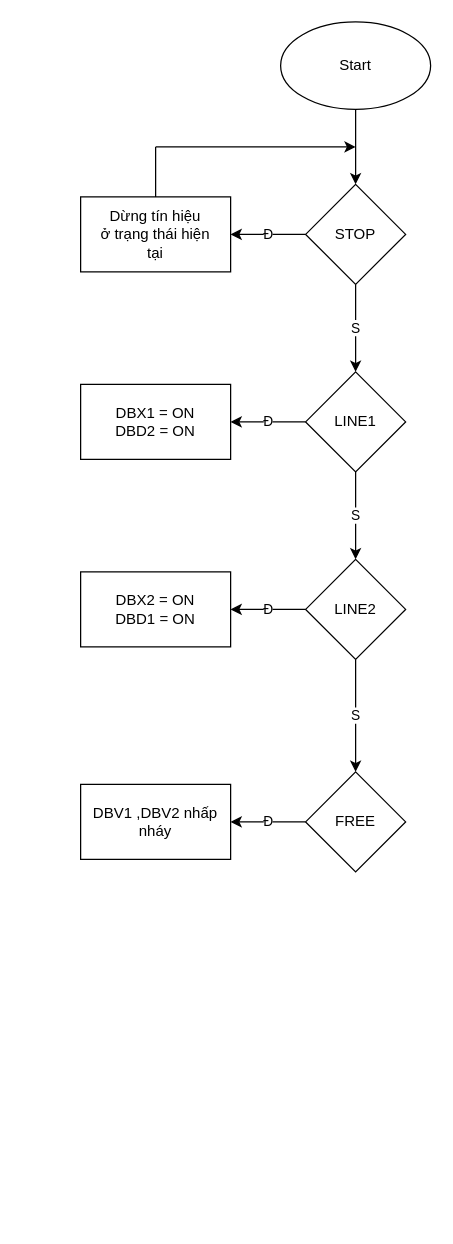
Before: page "Page-4" (4 of 4) of Untitled Diagram.drawio in thiendevweb/C-code, a draw.io diagram. Source tidied: cells renumbered, new cells numbered last; positions are measured from the earlier drawing's top-left corner, leaving out a move shared by most shapes. Both pictures are drawn from the tidied source at 125%, with x=0, y=0 at pixel (80, 21).
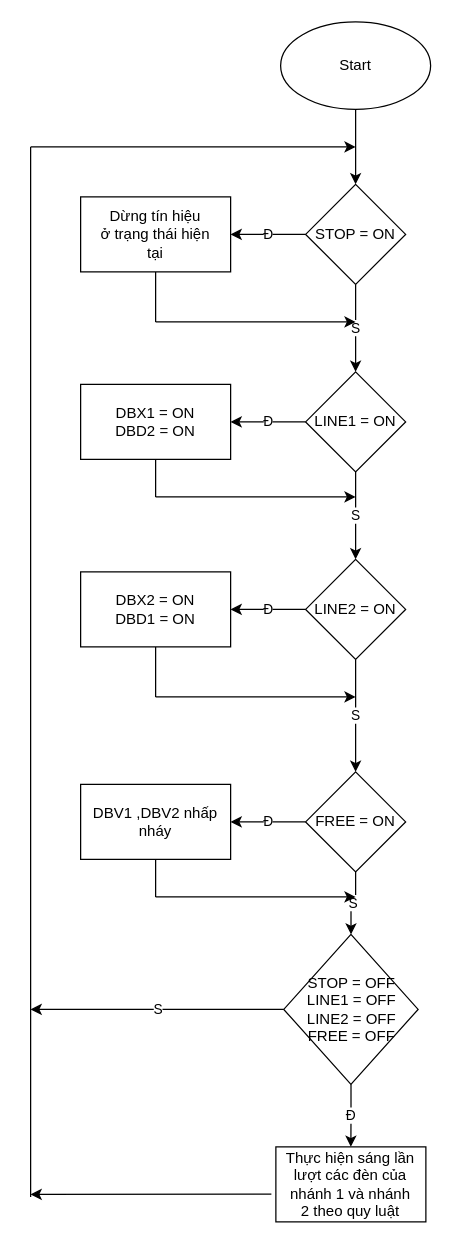
The same diagram, later.

The change refers to these unchanged cells:
```xml
<mxCell id="7" value="Dừng tín hiệu&lt;br&gt;ở trạng thái hiện&lt;br&gt;tại" style="whiteSpace=wrap;html=1;" parent="1" vertex="1">
  <mxGeometry y="140" width="120" height="60" as="geometry" />
</mxCell>
<mxCell id="13" value="DBX1 = ON&lt;br&gt;DBD2 = ON" style="whiteSpace=wrap;html=1;" parent="1" vertex="1">
  <mxGeometry y="290" width="120" height="60" as="geometry" />
</mxCell>
<mxCell id="17" value="DBX2 = ON&lt;br&gt;DBD1 = ON" style="whiteSpace=wrap;html=1;" parent="1" vertex="1">
  <mxGeometry y="440" width="120" height="60" as="geometry" />
</mxCell>
<mxCell id="20" value="DBV1 ,DBV2 nhấp&lt;br&gt;nháy" style="whiteSpace=wrap;html=1;" parent="1" vertex="1">
  <mxGeometry y="610" width="120" height="60" as="geometry" />
</mxCell>
```

What changed in the source:
```diff
@@
-    <mxCell id="6" value="STOP" style="rhombus;whiteSpace=wrap;html=1;" parent="1" vertex="1">
+    <mxCell id="6" value="STOP = ON" style="rhombus;whiteSpace=wrap;html=1;" parent="1" vertex="1">
       <mxGeometry x="180" y="130" width="80" height="80" as="geometry" />
     </mxCell>
@@
-    <mxCell id="8" style="endArrow=none;html=1;rounded=0;exitX=0.5;exitY=0;exitDx=0;exitDy=0;" parent="1" edge="1" source="7">
-      <mxGeometry relative="1" as="geometry">
-        <mxPoint x="60" y="100" as="targetPoint" />
-      </mxGeometry>
-    </mxCell>
-    <mxCell id="9" style="endArrow=classic;html=1;rounded=0;" parent="1" edge="1">
-      <mxGeometry relative="1" as="geometry">
-        <mxPoint x="60" y="100" as="sourcePoint" />
-        <mxPoint x="220" y="100" as="targetPoint" />
-      </mxGeometry>
-    </mxCell>
@@
-    <mxCell id="12" value="LINE1" style="rhombus;whiteSpace=wrap;html=1;" parent="1" vertex="1">
+    <mxCell id="12" value="LINE1 = ON" style="rhombus;whiteSpace=wrap;html=1;" parent="1" vertex="1">
       <mxGeometry x="180" y="280" width="80" height="80" as="geometry" />
     </mxCell>
@@
-    <mxCell id="16" value="LINE2" style="rhombus;whiteSpace=wrap;html=1;" parent="1" vertex="1">
+    <mxCell id="16" value="LINE2 = ON" style="rhombus;whiteSpace=wrap;html=1;" parent="1" vertex="1">
       <mxGeometry x="180" y="430" width="80" height="80" as="geometry" />
     </mxCell>
@@
+    <mxCell id="21" value="S" style="edgeStyle=orthogonalEdgeStyle;rounded=0;jettySize=auto;html=1;" parent="1" edge="1" source="19" target="31">
+      <mxGeometry relative="1" as="geometry" />
+    </mxCell>
-    <mxCell id="19" value="FREE" style="rhombus;whiteSpace=wrap;html=1;" parent="1" vertex="1">
+    <mxCell id="19" value="FREE = ON" style="rhombus;whiteSpace=wrap;html=1;" parent="1" vertex="1">
       <mxGeometry x="180" y="600" width="80" height="80" as="geometry" />
     </mxCell>
@@
+    <mxCell id="22" style="endArrow=none;html=1;rounded=0;entryX=0.5;entryY=1;entryDx=0;entryDy=0;" parent="1" edge="1" target="7">
+      <mxGeometry relative="1" as="geometry">
+        <mxPoint x="60" y="240" as="sourcePoint" />
+      </mxGeometry>
+    </mxCell>
+    <mxCell id="23" style="endArrow=classic;html=1;rounded=0;" parent="1" edge="1">
+      <mxGeometry relative="1" as="geometry">
+        <mxPoint x="60" y="240" as="sourcePoint" />
+        <mxPoint x="220" y="240" as="targetPoint" />
+      </mxGeometry>
+    </mxCell>
+    <mxCell id="24" style="endArrow=none;html=1;rounded=0;entryX=0.5;entryY=1;entryDx=0;entryDy=0;" parent="1" edge="1" target="13">
+      <mxGeometry relative="1" as="geometry">
+        <mxPoint x="60" y="380" as="sourcePoint" />
+      </mxGeometry>
+    </mxCell>
+    <mxCell id="25" style="endArrow=classic;html=1;rounded=0;" parent="1" edge="1">
+      <mxGeometry relative="1" as="geometry">
+        <mxPoint x="60" y="380" as="sourcePoint" />
+        <mxPoint x="220" y="380" as="targetPoint" />
+      </mxGeometry>
+    </mxCell>
+    <mxCell id="26" style="endArrow=none;html=1;rounded=0;entryX=0.5;entryY=1;entryDx=0;entryDy=0;" parent="1" edge="1" target="17">
+      <mxGeometry relative="1" as="geometry">
+        <mxPoint x="60" y="540" as="sourcePoint" />
+      </mxGeometry>
+    </mxCell>
+    <mxCell id="27" style="endArrow=classic;html=1;rounded=0;" parent="1" edge="1">
+      <mxGeometry relative="1" as="geometry">
+        <mxPoint x="60" y="540" as="sourcePoint" />
+        <mxPoint x="220" y="540" as="targetPoint" />
+      </mxGeometry>
+    </mxCell>
+    <mxCell id="28" style="endArrow=none;html=1;rounded=0;" parent="1" edge="1">
+      <mxGeometry relative="1" as="geometry">
+        <mxPoint x="-40" y="640" as="sourcePoint" />
+        <mxPoint x="-40" y="100" as="targetPoint" />
+      </mxGeometry>
+    </mxCell>
+    <mxCell id="29" style="endArrow=classic;html=1;rounded=0;" parent="1" edge="1">
+      <mxGeometry relative="1" as="geometry">
+        <mxPoint x="-40" y="100" as="sourcePoint" />
+        <mxPoint x="220" y="100" as="targetPoint" />
+      </mxGeometry>
+    </mxCell>
+    <mxCell id="30" value="Đ" style="edgeStyle=orthogonalEdgeStyle;rounded=0;jettySize=auto;html=1;" parent="1" edge="1" source="31" target="34">
+      <mxGeometry relative="1" as="geometry" />
+    </mxCell>
+    <mxCell id="31" value="STOP = OFF&lt;br&gt;LINE1 = OFF&lt;br&gt;LINE2 = OFF&lt;br&gt;FREE = OFF" style="rhombus;whiteSpace=wrap;html=1;" parent="1" vertex="1">
+      <mxGeometry x="162.5" y="730" width="107.5" height="120" as="geometry" />
+    </mxCell>
+    <mxCell id="32" style="endArrow=none;html=1;rounded=0;entryX=0.5;entryY=1;entryDx=0;entryDy=0;" parent="1" edge="1" target="20">
+      <mxGeometry relative="1" as="geometry">
+        <mxPoint x="60" y="700" as="sourcePoint" />
+      </mxGeometry>
+    </mxCell>
+    <mxCell id="33" style="endArrow=classic;html=1;rounded=0;" parent="1" edge="1">
+      <mxGeometry relative="1" as="geometry">
+        <mxPoint x="60" y="700" as="sourcePoint" />
+        <mxPoint x="220" y="700" as="targetPoint" />
+      </mxGeometry>
+    </mxCell>
+    <mxCell id="34" value="Thực hiện sáng lần&lt;br&gt;lượt các đèn của nhánh 1 và nhánh&lt;br&gt;2 theo quy luật" style="whiteSpace=wrap;html=1;" parent="1" vertex="1">
+      <mxGeometry x="156.2" y="900" width="120" height="60" as="geometry" />
+    </mxCell>
+    <mxCell id="35" style="endArrow=none;html=1;rounded=0;" parent="1" edge="1">
+      <mxGeometry relative="1" as="geometry">
+        <mxPoint x="-40" y="940" as="sourcePoint" />
+        <mxPoint x="-40" y="640" as="targetPoint" />
+      </mxGeometry>
+    </mxCell>
+    <mxCell id="36" value="S" style="endArrow=classic;html=1;rounded=0;exitX=0;exitY=0.5;exitDx=0;exitDy=0;" parent="1" edge="1" source="31">
+      <mxGeometry relative="1" as="geometry">
+        <mxPoint x="-40" y="790" as="targetPoint" />
+      </mxGeometry>
+    </mxCell>
+    <mxCell id="37" style="endArrow=classic;html=1;rounded=0;exitX=-0.03;exitY=0.63;exitDx=0;exitDy=0;exitPerimeter=0;" parent="1" edge="1" source="34">
+      <mxGeometry relative="1" as="geometry">
+        <mxPoint x="-40" y="938" as="targetPoint" />
+      </mxGeometry>
+    </mxCell>
```
